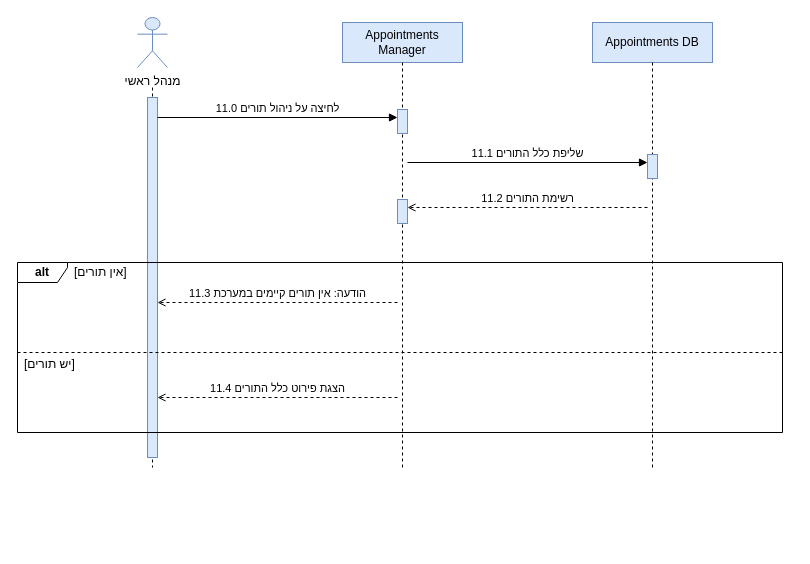
Earlier version of the draw.io diagram diagrams/SEQ-SUC-11.drawio (arielkaplan20/project_Golden_Hair_Salon). Source tidied: cells renumbered, new cells numbered last; positions are measured from the earlier drawing's top-left corner, leaving out a move shared by most shapes. Both pictures are drawn from the tidied source at 100%, with x=0, y=0 at pixel (17, 17).
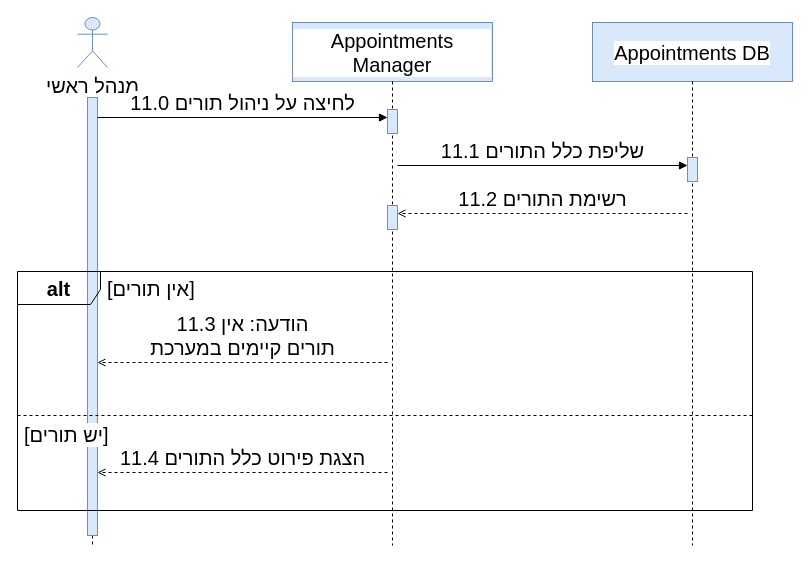
After the change.

Diff of the diagram source:
```diff
@@
-    <mxCell id="2" value="מנהל ראשי" style="shape=umlActor;verticalLabelPosition=bottom;verticalAlign=top;html=1;fillColor=#dae8fc;strokeColor=#6c8ebf;" parent="1" vertex="1">
-      <mxGeometry x="120" width="30" height="50" as="geometry" />
+    <mxCell id="2" value="מנהל ראשי" style="shape=umlActor;verticalLabelPosition=bottom;verticalAlign=top;html=1;fillColor=#dae8fc;strokeColor=#6c8ebf;fontSize=20;labelBackgroundColor=#ffffff;" parent="1" vertex="1">
+      <mxGeometry x="60" width="30" height="50" as="geometry" />
     </mxCell>
-    <mxCell id="3" value="Appointments Manager" style="rounded=0;whiteSpace=wrap;html=1;fillColor=#dae8fc;strokeColor=#6c8ebf;" parent="1" vertex="1">
-      <mxGeometry x="325" y="5" width="120" height="40" as="geometry" />
+    <mxCell id="3" value="Appointments Manager" style="rounded=0;whiteSpace=wrap;html=1;fillColor=#dae8fc;strokeColor=#6c8ebf;fontSize=20;labelBackgroundColor=#ffffff;" parent="1" vertex="1">
+      <mxGeometry x="275" y="5" width="200" height="59" as="geometry" />
     </mxCell>
-    <mxCell id="4" value="Appointments DB" style="rounded=0;whiteSpace=wrap;html=1;fillColor=#dae8fc;strokeColor=#6c8ebf;" parent="1" vertex="1">
-      <mxGeometry x="575" y="5" width="120" height="40" as="geometry" />
+    <mxCell id="4" value="Appointments DB" style="rounded=0;whiteSpace=wrap;html=1;fillColor=#dae8fc;strokeColor=#6c8ebf;fontSize=20;labelBackgroundColor=#ffffff;" parent="1" vertex="1">
+      <mxGeometry x="575" y="5" width="200" height="59" as="geometry" />
     </mxCell>
     <mxCell id="5" style="endArrow=none;html=1;dashed=1;strokeColor=#000000;" parent="1" edge="1">
       <mxGeometry relative="1" as="geometry">
-        <mxPoint x="135" y="70" as="sourcePoint" />
-        <mxPoint x="135" y="450" as="targetPoint" />
+        <mxPoint x="75" y="80" as="sourcePoint" />
+        <mxPoint x="75" y="528" as="targetPoint" />
       </mxGeometry>
     </mxCell>
     <mxCell id="6" style="rounded=0;html=1;fillColor=#dae8fc;strokeColor=#6c8ebf;" parent="1" vertex="1">
-      <mxGeometry x="130" y="80" width="10" height="360" as="geometry" />
+      <mxGeometry x="70" y="80" width="10" height="438" as="geometry" />
     </mxCell>
     <mxCell id="7" style="endArrow=none;html=1;dashed=1;strokeColor=#000000;" parent="1" edge="1">
       <mxGeometry relative="1" as="geometry">
-        <mxPoint x="385" y="45" as="sourcePoint" />
-        <mxPoint x="385" y="450" as="targetPoint" />
+        <mxPoint x="375" y="64" as="sourcePoint" />
+        <mxPoint x="375" y="528" as="targetPoint" />
       </mxGeometry>
     </mxCell>
     <mxCell id="8" style="endArrow=none;html=1;dashed=1;strokeColor=#000000;" parent="1" edge="1">
       <mxGeometry relative="1" as="geometry">
-        <mxPoint x="635" y="45" as="sourcePoint" />
-        <mxPoint x="635" y="450" as="targetPoint" />
+        <mxPoint x="675" y="64" as="sourcePoint" />
+        <mxPoint x="675" y="528" as="targetPoint" />
       </mxGeometry>
     </mxCell>
     <mxCell id="9" style="rounded=0;html=1;fillColor=#dae8fc;strokeColor=#6c8ebf;" parent="1" vertex="1">
-      <mxGeometry x="380" y="92" width="10" height="24" as="geometry" />
+      <mxGeometry x="370" y="92" width="10" height="24" as="geometry" />
     </mxCell>
     <mxCell id="10" style="rounded=0;html=1;fillColor=#dae8fc;strokeColor=#6c8ebf;" parent="1" vertex="1">
-      <mxGeometry x="630" y="137" width="10" height="24" as="geometry" />
+      <mxGeometry x="670" y="140" width="10" height="24" as="geometry" />
     </mxCell>
     <mxCell id="11" style="rounded=0;html=1;fillColor=#dae8fc;strokeColor=#6c8ebf;" parent="1" vertex="1">
-      <mxGeometry x="380" y="182" width="10" height="24" as="geometry" />
+      <mxGeometry x="370" y="188" width="10" height="24" as="geometry" />
     </mxCell>
-    <mxCell id="12" value="&lt;b&gt;alt&lt;/b&gt;" style="shape=umlFrame;whiteSpace=wrap;html=1;width=50;height=20;fillColor=none;" parent="1" vertex="1">
-      <mxGeometry y="245" width="765" height="170" as="geometry" />
+    <mxCell id="12" value="&lt;b&gt;alt&lt;/b&gt;" style="shape=umlFrame;whiteSpace=wrap;html=1;width=83;height=33;fillColor=none;fontSize=20;labelBackgroundColor=#ffffff;" parent="1" vertex="1">
+      <mxGeometry y="254" width="735" height="239" as="geometry" />
     </mxCell>
-    <mxCell id="13" value="[אין תורים]" style="text;html=1;align=left;verticalAlign=middle;whiteSpace=nowrap;fillColor=none;strokeColor=none;" parent="1" vertex="1">
-      <mxGeometry x="55" y="245" width="300" height="20" as="geometry" />
+    <mxCell id="13" value="&lt;span style='background:#ffffff'&gt;[אין תורים]&lt;/span&gt;" style="text;html=1;align=left;verticalAlign=middle;whiteSpace=nowrap;fillColor=none;strokeColor=none;fontSize=20;labelBackgroundColor=#ffffff;" parent="1" vertex="1">
+      <mxGeometry x="88" y="254" width="400" height="33" as="geometry" />
     </mxCell>
     <mxCell id="14" style="endArrow=none;html=1;dashed=1;" parent="1" edge="1">
       <mxGeometry relative="1" as="geometry">
-        <mxPoint y="335" as="sourcePoint" />
-        <mxPoint x="765" y="335" as="targetPoint" />
+        <mxPoint y="398" as="sourcePoint" />
+        <mxPoint x="735" y="398" as="targetPoint" />
       </mxGeometry>
     </mxCell>
-    <mxCell id="15" value="[יש תורים]" style="text;html=1;align=left;verticalAlign=middle;whiteSpace=nowrap;fillColor=none;strokeColor=none;" parent="1" vertex="1">
-      <mxGeometry x="5" y="337" width="300" height="20" as="geometry" />
+    <mxCell id="15" value="&lt;span style='background:#ffffff'&gt;[יש תורים]&lt;/span&gt;" style="text;html=1;align=left;verticalAlign=middle;whiteSpace=nowrap;fillColor=none;strokeColor=none;fontSize=20;labelBackgroundColor=#ffffff;" parent="1" vertex="1">
+      <mxGeometry x="5" y="400" width="400" height="33" as="geometry" />
     </mxCell>
-    <mxCell id="16" value="11.0 לחיצה על ניהול תורים" style="endArrow=block;endFill=1;html=1;rounded=0;verticalAlign=bottom;labelBackgroundColor=none;" parent="1" edge="1">
+    <mxCell id="16" value="11.0 לחיצה על ניהול תורים" style="endArrow=block;endFill=1;html=1;rounded=0;verticalAlign=bottom;labelBackgroundColor=none;fontSize=20;labelBackgroundColor=#ffffff;" parent="1" edge="1">
       <mxGeometry relative="1" as="geometry">
-        <mxPoint x="140" y="100" as="sourcePoint" />
-        <mxPoint x="380" y="100" as="targetPoint" />
+        <mxPoint x="80" y="100" as="sourcePoint" />
+        <mxPoint x="370" y="100" as="targetPoint" />
       </mxGeometry>
     </mxCell>
-    <mxCell id="17" value="11.1 שליפת כלל התורים" style="endArrow=block;endFill=1;html=1;rounded=0;verticalAlign=bottom;labelBackgroundColor=none;" parent="1" edge="1">
+    <mxCell id="17" value="11.1 שליפת כלל התורים" style="endArrow=block;endFill=1;html=1;rounded=0;verticalAlign=bottom;labelBackgroundColor=none;fontSize=20;labelBackgroundColor=#ffffff;" parent="1" edge="1">
       <mxGeometry relative="1" as="geometry">
-        <mxPoint x="390" y="145" as="sourcePoint" />
-        <mxPoint x="630" y="145" as="targetPoint" />
+        <mxPoint x="380" y="148" as="sourcePoint" />
+        <mxPoint x="670" y="148" as="targetPoint" />
       </mxGeometry>
     </mxCell>
-    <mxCell id="18" value="11.2 רשימת התורים" style="endArrow=open;endFill=0;html=1;rounded=0;dashed=1;verticalAlign=bottom;labelBackgroundColor=none;" parent="1" edge="1">
+    <mxCell id="18" value="11.2 רשימת התורים" style="endArrow=open;endFill=0;html=1;rounded=0;dashed=1;verticalAlign=bottom;labelBackgroundColor=none;fontSize=20;labelBackgroundColor=#ffffff;" parent="1" edge="1">
       <mxGeometry relative="1" as="geometry">
-        <mxPoint x="630" y="190" as="sourcePoint" />
-        <mxPoint x="390" y="190" as="targetPoint" />
+        <mxPoint x="670" y="196" as="sourcePoint" />
+        <mxPoint x="380" y="196" as="targetPoint" />
       </mxGeometry>
     </mxCell>
-    <mxCell id="19" value="11.3 הודעה: אין תורים קיימים במערכת" style="endArrow=open;endFill=0;html=1;rounded=0;dashed=1;verticalAlign=bottom;labelBackgroundColor=none;" parent="1" edge="1">
+    <mxCell id="19" value="11.3 הודעה: אין&lt;br&gt;תורים קיימים במערכת" style="endArrow=open;endFill=0;html=1;rounded=0;dashed=1;verticalAlign=bottom;labelBackgroundColor=none;fontSize=20;labelBackgroundColor=#ffffff;" parent="1" edge="1">
       <mxGeometry relative="1" as="geometry">
-        <mxPoint x="380" y="285" as="sourcePoint" />
-        <mxPoint x="140" y="285" as="targetPoint" />
+        <mxPoint x="370" y="345" as="sourcePoint" />
+        <mxPoint x="80" y="345" as="targetPoint" />
       </mxGeometry>
     </mxCell>
-    <mxCell id="20" value="11.4 הצגת פירוט כלל התורים" style="endArrow=open;endFill=0;html=1;rounded=0;dashed=1;verticalAlign=bottom;labelBackgroundColor=none;" parent="1" edge="1">
+    <mxCell id="20" value="11.4 הצגת פירוט כלל התורים" style="endArrow=open;endFill=0;html=1;rounded=0;dashed=1;verticalAlign=bottom;labelBackgroundColor=none;fontSize=20;labelBackgroundColor=#ffffff;" parent="1" edge="1">
       <mxGeometry relative="1" as="geometry">
-        <mxPoint x="380" y="380" as="sourcePoint" />
-        <mxPoint x="140" y="380" as="targetPoint" />
+        <mxPoint x="370" y="455" as="sourcePoint" />
+        <mxPoint x="80" y="455" as="targetPoint" />
       </mxGeometry>
     </mxCell>
```
